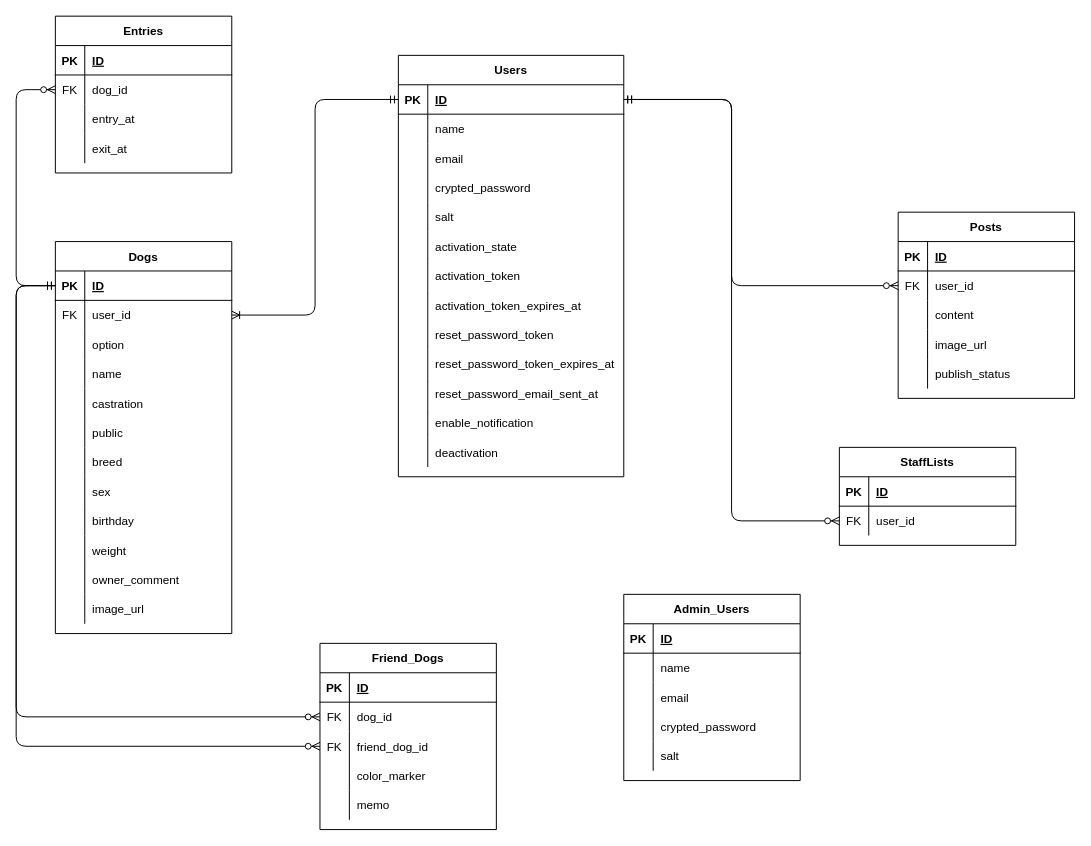
Earlier version of the draw.io diagram ER_diagram.drawio (Kedaruma-Bond/dogrun_connect_app). Source tidied: cells renumbered, new cells numbered last; positions are measured from the earlier drawing's top-left corner, leaving out a move shared by most shapes. Both pictures are drawn from the tidied source at 98%, with x=0, y=0 at pixel (16, 16).
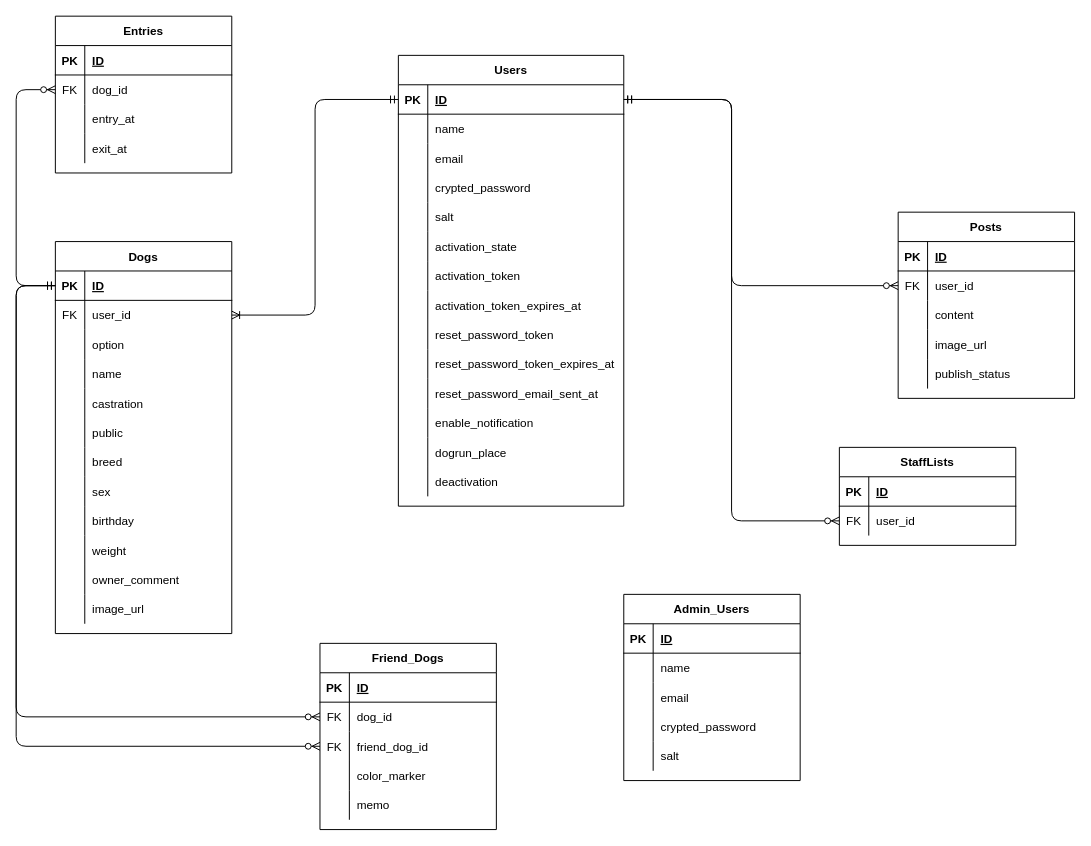
The same diagram, later.

What changed in the source:
```diff
@@
     <mxCell id="15" value="Users" style="shape=table;startSize=30;childLayout=tableLayout;rowLines=0;fontStyle=1;align=center;" parent="1" vertex="1">
-      <mxGeometry x="390" y="40" width="230" height="430" as="geometry" />
+      <mxGeometry x="390" y="40" width="230" height="460" as="geometry" />
     </mxCell>
@@
+    <mxCell id="153" style="shape=partialRectangle;fillColor=none;top=0;left=0;bottom=0;right=0;" parent="15" vertex="1">
+      <mxGeometry y="390" width="230" height="30" as="geometry" />
+    </mxCell>
+    <mxCell id="154" style="shape=partialRectangle;fillColor=none;top=0;left=0;bottom=0;right=0;overflow=hidden;" parent="153" vertex="1">
+      <mxGeometry width="30" height="30" as="geometry" />
+    </mxCell>
+    <mxCell id="155" value="dogrun_place" style="shape=partialRectangle;fillColor=none;top=0;left=0;bottom=0;right=0;align=left;spacingLeft=6;overflow=hidden;" parent="153" vertex="1">
+      <mxGeometry x="30" width="200" height="30" as="geometry" />
+    </mxCell>
     <mxCell id="52" style="shape=partialRectangle;fillColor=none;top=0;left=0;bottom=0;right=0;" parent="15" vertex="1">
-      <mxGeometry y="390" width="230" height="30" as="geometry" />
+      <mxGeometry y="420" width="230" height="30" as="geometry" />
     </mxCell>
```
